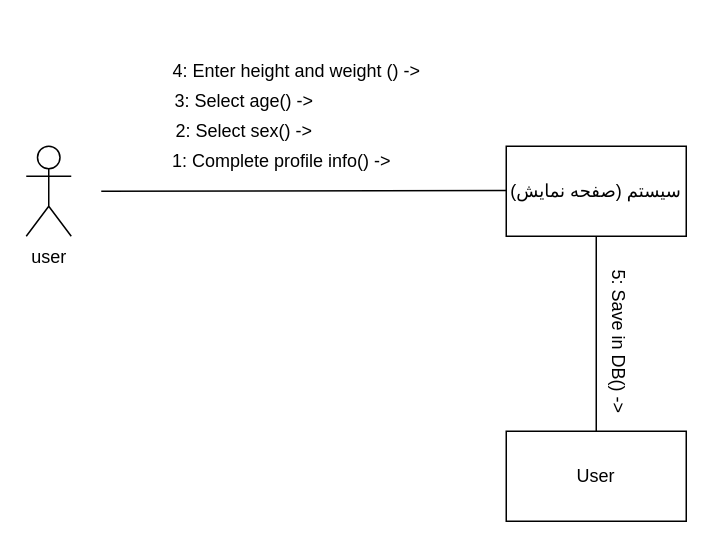
This is Docs./CommunicationDiagram-Completepfinfo.drawio from ShadiMe-flutter/Workout, a draw.io file, before an edit. Source tidied: cells renumbered, new cells numbered last; positions are measured from the earlier drawing's top-left corner, leaving out a move shared by most shapes. Both pictures are drawn from the tidied source at 150%, with x=0, y=0 at pixel (26, 56).
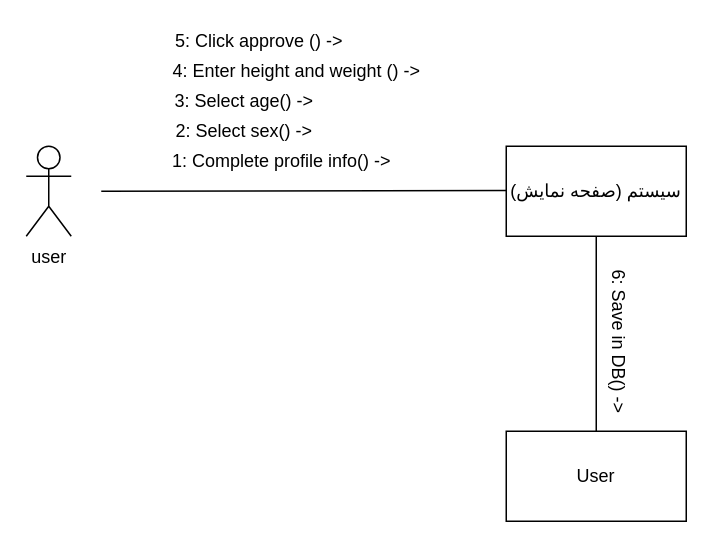
The same diagram, later.

Change to the diagram source:
```diff
@@
 <mxGraphModel>
   <root>
     <mxCell id="0" />
     <mxCell id="1" parent="0" />
     <mxCell id="2" value="user" style="shape=umlActor;verticalLabelPosition=bottom;verticalAlign=top;html=1;" parent="1" vertex="1">
       <mxGeometry y="60" width="30" height="60" as="geometry" />
     </mxCell>
     <mxCell id="3" value="سیستم (صفحه نمایش)" style="rounded=0;whiteSpace=wrap;html=1;" parent="1" vertex="1">
       <mxGeometry x="320" y="60" width="120" height="60" as="geometry" />
     </mxCell>
     <mxCell id="4" value="User" style="rounded=0;whiteSpace=wrap;html=1;" parent="1" vertex="1">
       <mxGeometry x="320" y="250" width="120" height="60" as="geometry" />
     </mxCell>
     <mxCell id="5" style="endArrow=none;html=1;" parent="1" edge="1">
       <mxGeometry relative="1" as="geometry">
         <mxPoint x="50" y="90" as="sourcePoint" />
         <mxPoint x="320" y="89.5" as="targetPoint" />
       </mxGeometry>
     </mxCell>
     <mxCell id="6" style="endArrow=none;html=1;exitX=0.5;exitY=0;exitDx=0;exitDy=0;entryX=0.5;entryY=1;entryDx=0;entryDy=0;" parent="1" edge="1" source="4" target="3">
       <mxGeometry relative="1" as="geometry" />
     </mxCell>
     <mxCell id="7" value="1: Complete profile info() -&amp;gt;" style="text;html=1;align=center;verticalAlign=middle;" parent="1" vertex="1">
       <mxGeometry x="90" y="60" width="160" height="20" as="geometry" />
     </mxCell>
     <mxCell id="8" value="2: Select sex() -&amp;gt;" style="text;html=1;align=center;verticalAlign=middle;" parent="1" vertex="1">
       <mxGeometry x="90" y="40" width="110" height="20" as="geometry" />
     </mxCell>
     <mxCell id="9" value="3: Select age() -&amp;gt;" style="text;html=1;align=center;verticalAlign=middle;" parent="1" vertex="1">
       <mxGeometry x="90" y="20" width="110" height="20" as="geometry" />
     </mxCell>
-    <mxCell id="10" value="5: Save in DB() -&amp;gt;" style="text;html=1;align=center;verticalAlign=middle;rotation=90;" parent="1" vertex="1">
+    <mxCell id="10" value="6: Save in DB() -&amp;gt;" style="text;html=1;align=center;verticalAlign=middle;rotation=90;" parent="1" vertex="1">
       <mxGeometry x="340" y="180" width="110" height="20" as="geometry" />
     </mxCell>
     <mxCell id="11" value="4: Enter height and weight () -&amp;gt;" style="text;html=1;align=center;verticalAlign=middle;" parent="1" vertex="1">
       <mxGeometry x="90" width="180" height="20" as="geometry" />
     </mxCell>
+    <mxCell id="12" value="5: Click approve () -&amp;gt;" style="text;html=1;align=center;verticalAlign=middle;" parent="1" vertex="1">
+      <mxGeometry x="90" y="-20" width="130" height="20" as="geometry" />
+    </mxCell>
   </root>
 </mxGraphModel>
```
